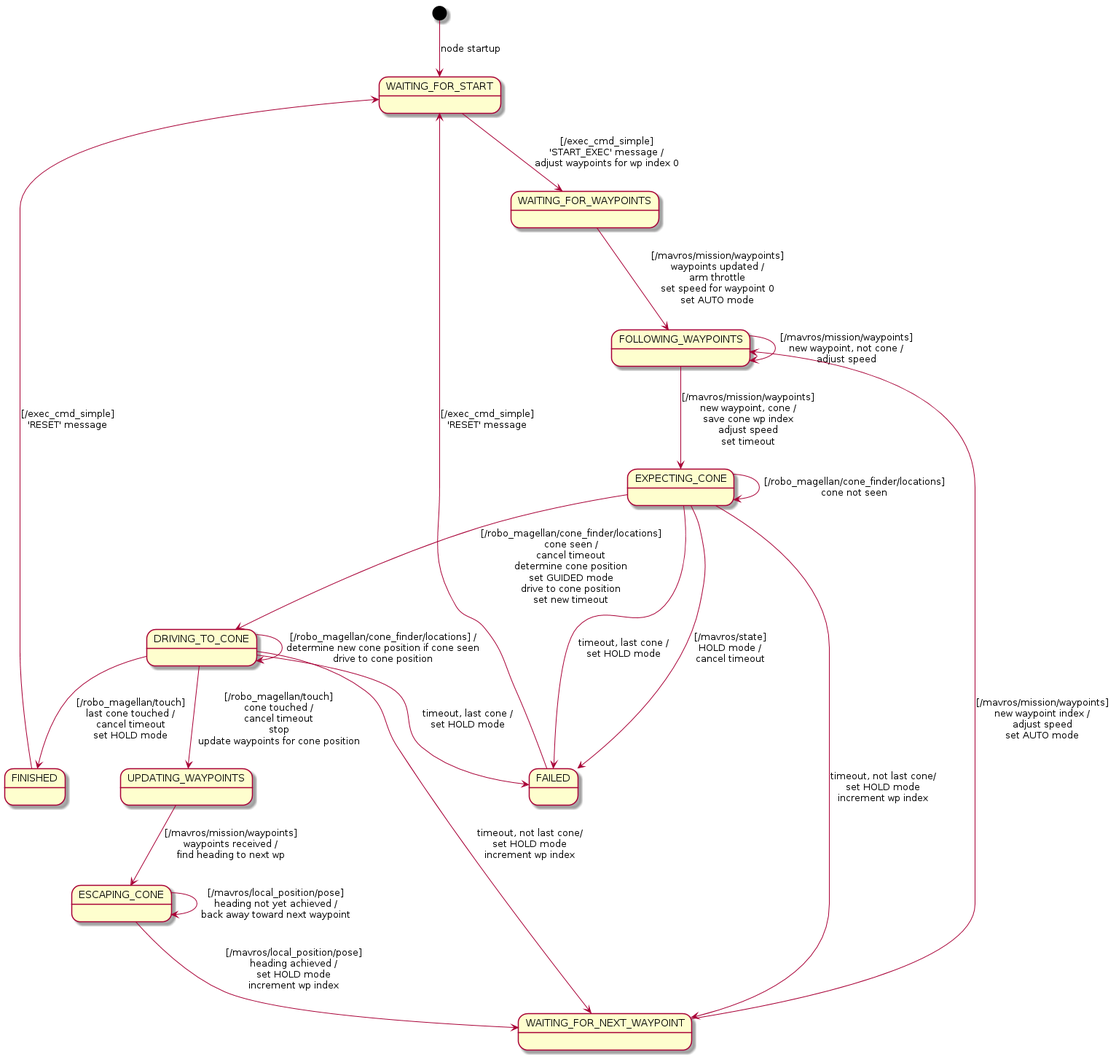
Above: doc/state-diagram.png in ProgrammingRobotsStudyGroup/robo_magellan (PlantUML), before the change.
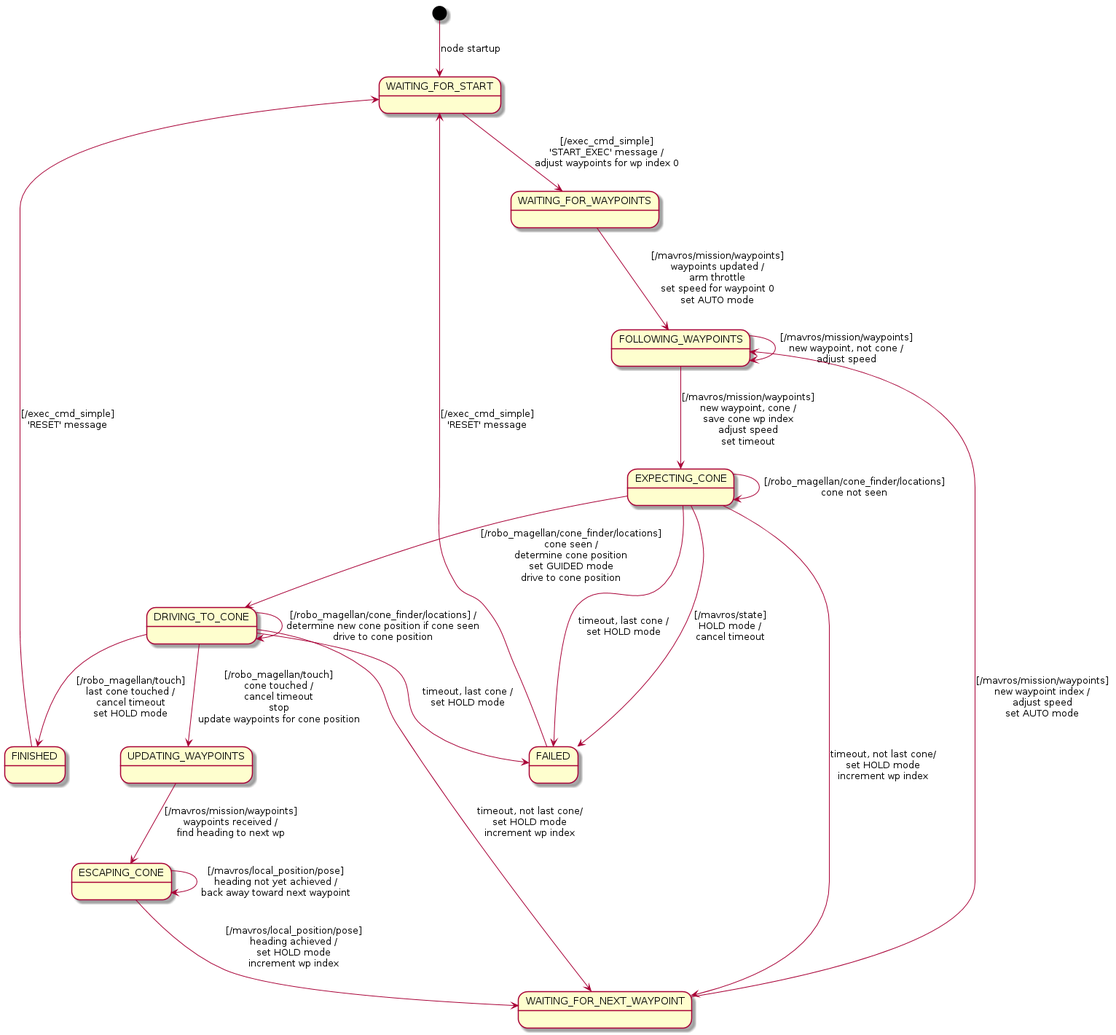
Above is the later version.

Commit message:
Removed cancel and re-init of timeout when detecting cone

Removed the cancel of the timer when moving from EXPECTING_CONE
to DRIVING_TO_CONE states. That appears to be unreliable in Python,
so a single timeout will have to do for both states combined.

Change to the diagram source:
```diff
@@ -15,7 +15,7 @@
 state "EXPECTING_CONE" as expectingCone
 expectingCone --> expectingCone : [/robo_magellan/cone_finder/locations]\ncone not seen
 expectingCone --> waitingForNextWaypoint : timeout, not last cone/\nset HOLD mode\nincrement wp index
-expectingCone --> drivingToCone : [/robo_magellan/cone_finder/locations]\ncone seen /\ncancel timeout\ndetermine cone position\nset GUIDED mode\ndrive to cone position\nset new timeout
+expectingCone --> drivingToCone : [/robo_magellan/cone_finder/locations]\ncone seen /\ndetermine cone position\nset GUIDED mode\ndrive to cone position
 expectingCone --> failed : [/mavros/state]\nHOLD mode /\ncancel timeout
 expectingCone --> failed : timeout, last cone /\nset HOLD mode
 
```
